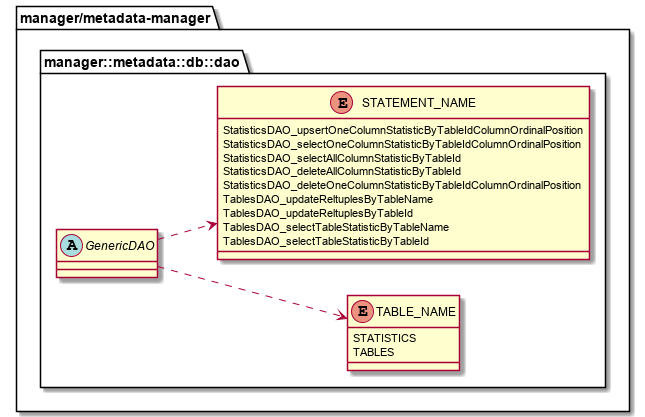
Earlier version of the PlantUML export metadata-manager/docs/statistic/02.FD/out/uml/ClassDiagram_detail/ClassDiagram_detail_dao_enum.png (project-tsurugi/metadata-manager).
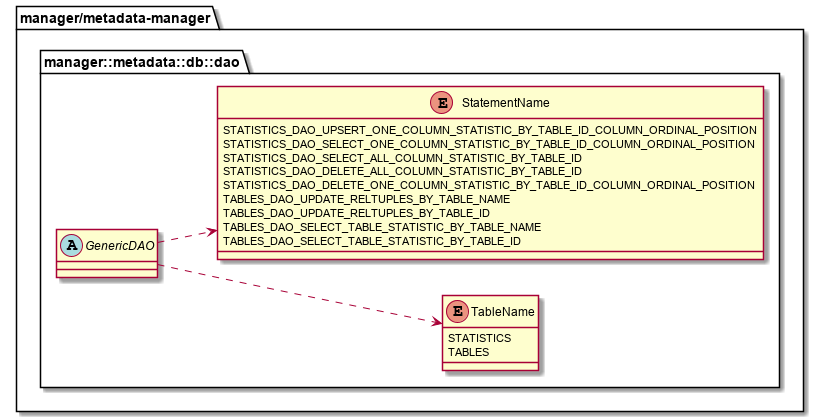
Later version of the same file.

The edit, as a diff of the source:
```diff
@@ -5,22 +5,22 @@
 
   package manager::metadata::db::dao{
 
-    enum TABLE_NAME
+    enum TableName
     {
 	    STATISTICS
       TABLES
     }
 
-    enum STATEMENT_NAME{
-      StatisticsDAO_upsertOneColumnStatisticByTableIdColumnOrdinalPosition
-      StatisticsDAO_selectOneColumnStatisticByTableIdColumnOrdinalPosition
-      StatisticsDAO_selectAllColumnStatisticByTableId
-      StatisticsDAO_deleteAllColumnStatisticByTableId
-      StatisticsDAO_deleteOneColumnStatisticByTableIdColumnOrdinalPosition
-      TablesDAO_updateReltuplesByTableName
-      TablesDAO_updateReltuplesByTableId
-      TablesDAO_selectTableStatisticByTableName
-      TablesDAO_selectTableStatisticByTableId
+    enum StatementName{
+      STATISTICS_DAO_UPSERT_ONE_COLUMN_STATISTIC_BY_TABLE_ID_COLUMN_ORDINAL_POSITION
+      STATISTICS_DAO_SELECT_ONE_COLUMN_STATISTIC_BY_TABLE_ID_COLUMN_ORDINAL_POSITION
+      STATISTICS_DAO_SELECT_ALL_COLUMN_STATISTIC_BY_TABLE_ID
+      STATISTICS_DAO_DELETE_ALL_COLUMN_STATISTIC_BY_TABLE_ID
+      STATISTICS_DAO_DELETE_ONE_COLUMN_STATISTIC_BY_TABLE_ID_COLUMN_ORDINAL_POSITION
+      TABLES_DAO_UPDATE_RELTUPLES_BY_TABLE_NAME
+      TABLES_DAO_UPDATE_RELTUPLES_BY_TABLE_ID
+      TABLES_DAO_SELECT_TABLE_STATISTIC_BY_TABLE_NAME
+      TABLES_DAO_SELECT_TABLE_STATISTIC_BY_TABLE_ID
     }
 
     abstract class GenericDAO
@@ -28,8 +28,8 @@
     }
   }
 
-  GenericDAO ..> TABLE_NAME
-  GenericDAO ..> STATEMENT_NAME
+  GenericDAO ..> TableName
+  GenericDAO ..> StatementName
 
 }
 
```
